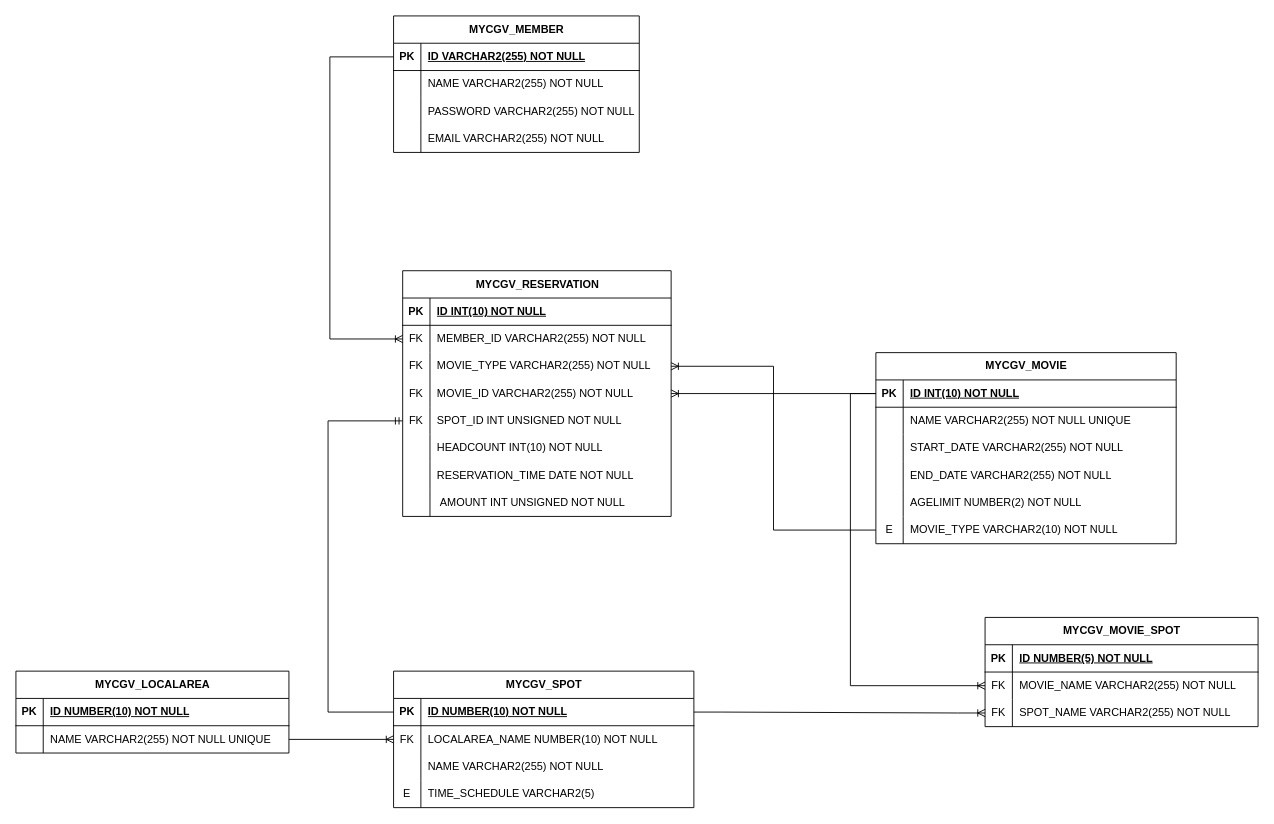
The draw.io diagram new mycgv_erd.drawio in jaehyeonkim0/mycgv, before the edit. Source tidied: cells renumbered, new cells numbered last; positions are measured from the earlier drawing's top-left corner, leaving out a move shared by most shapes. Both pictures are drawn from the tidied source at 91%, with x=0, y=0 at pixel (15, 15).
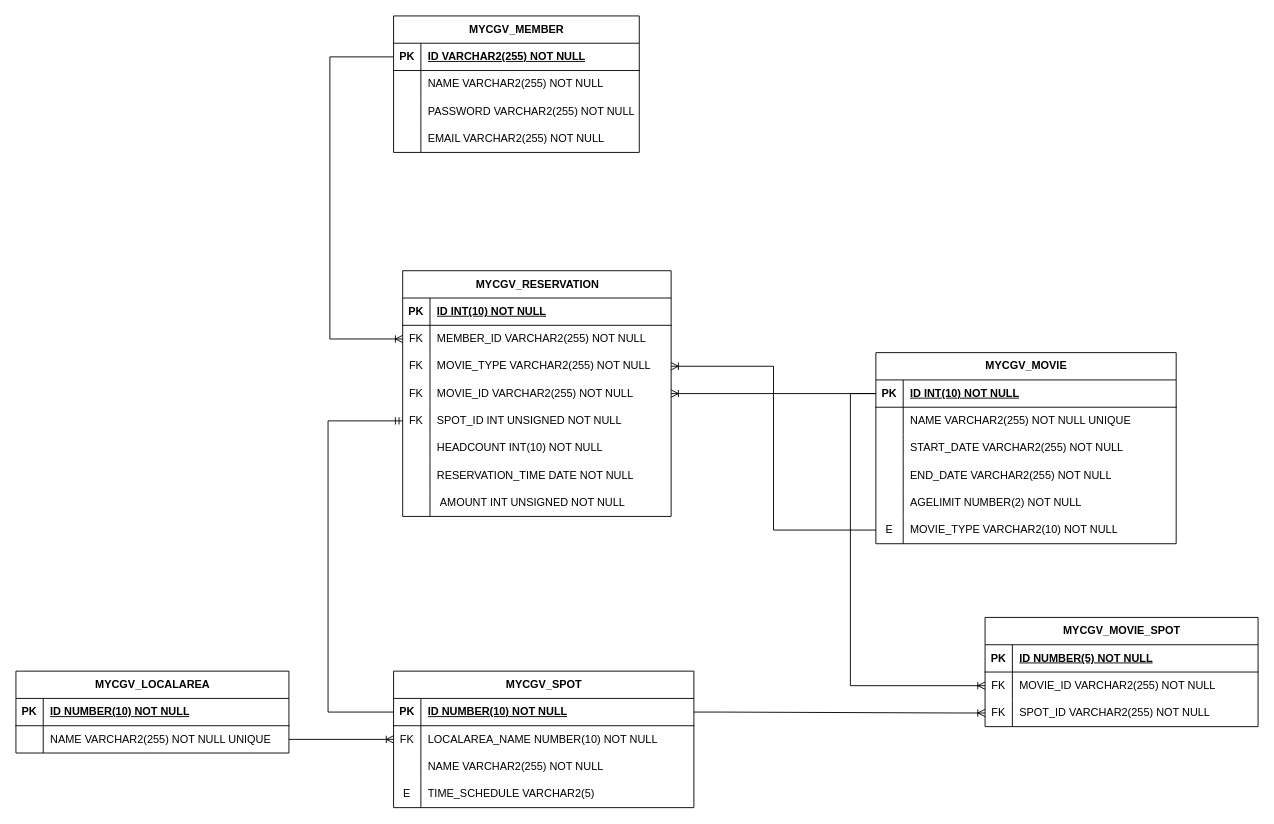
The same page after the edit.

Unchanged cells that the change refers to:
```xml
<mxCell id="46" style="shape=tableRow;horizontal=0;startSize=0;swimlaneHead=0;swimlaneBody=0;fillColor=none;points=[[0,0.5],[1,0.5]];portConstraint=eastwest;top=0;left=0;right=0;bottom=0;" parent="42" vertex="1">
  <mxGeometry y="60" width="300" height="30" as="geometry" />
</mxCell>
<mxCell id="49" style="shape=tableRow;horizontal=0;startSize=0;swimlaneHead=0;swimlaneBody=0;fillColor=none;points=[[0,0.5],[1,0.5]];portConstraint=eastwest;top=0;left=0;right=0;bottom=0;" parent="42" vertex="1">
  <mxGeometry y="90" width="300" height="30" as="geometry" />
</mxCell>
```

Change to the diagram source:
```diff
@@
-    <mxCell id="48" value="MOVIE_NAME VARCHAR2(255) NOT NULL" style="shape=partialRectangle;fillColor=none;top=0;left=0;bottom=0;right=0;align=left;spacingLeft=6;overflow=hidden;whiteSpace=wrap;html=1;" parent="46" vertex="1">
+    <mxCell id="48" value="MOVIE_ID VARCHAR2(255) NOT NULL" style="shape=partialRectangle;fillColor=none;top=0;left=0;bottom=0;right=0;align=left;spacingLeft=6;overflow=hidden;whiteSpace=wrap;html=1;" parent="46" vertex="1">
       <mxGeometry x="30" width="270" height="30" as="geometry" />
     </mxCell>
@@
-    <mxCell id="51" value="SPOT_NAME VARCHAR2(255) NOT NULL" style="shape=partialRectangle;fillColor=none;top=0;left=0;bottom=0;right=0;align=left;spacingLeft=6;overflow=hidden;whiteSpace=wrap;html=1;" parent="49" vertex="1">
+    <mxCell id="51" value="SPOT_ID VARCHAR2(255) NOT NULL" style="shape=partialRectangle;fillColor=none;top=0;left=0;bottom=0;right=0;align=left;spacingLeft=6;overflow=hidden;whiteSpace=wrap;html=1;" parent="49" vertex="1">
       <mxGeometry x="30" width="270" height="30" as="geometry" />
     </mxCell>
```
